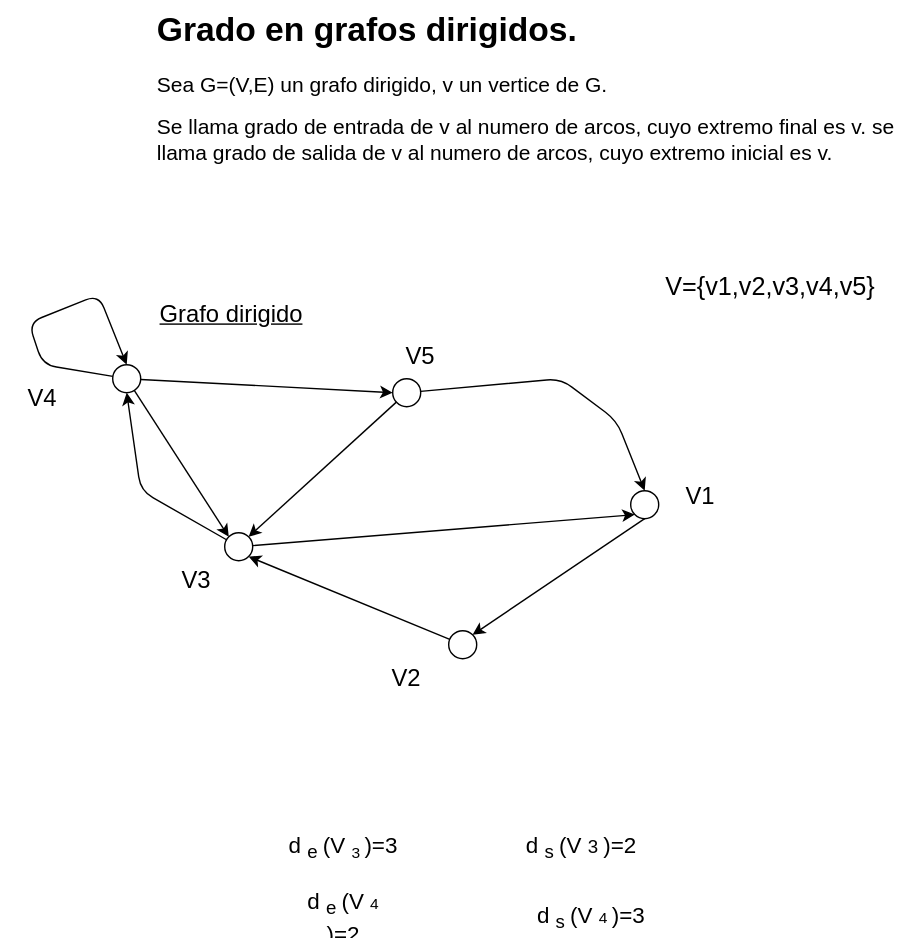
Nordcode-cyber/Algoritmos-Estructdatos keeps this draw.io diagram as Estructura-de-datos/Grafos/Grado-Grafo-dir.drawio.svg. Above is the earlier version. Source tidied: cells renumbered, new cells last; positions are measured from the earlier drawing's top-left corner, leaving out a move shared by most shapes.
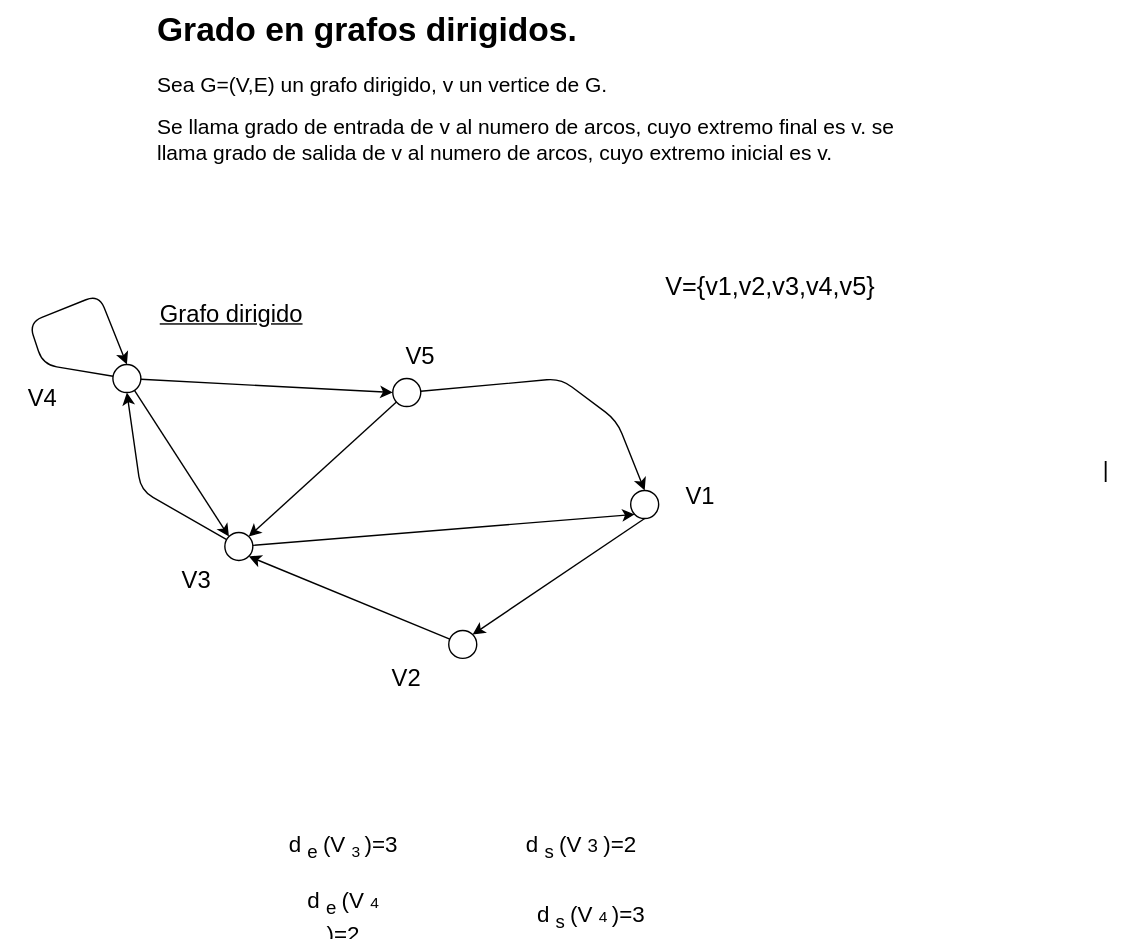
After the change.

Diff of the diagram source:
```diff
@@ -95,5 +95,8 @@
     <mxCell id="27" value="&lt;font style=&quot;font-size: 16px; color: light-dark(rgb(0, 0, 0), rgb(255, 0, 0));&quot;&gt;d&lt;sub&gt;s&lt;/sub&gt;(V&lt;/font&gt;&lt;font style=&quot;font-size: 11.1111px;&quot;&gt;4&lt;/font&gt;&lt;font style=&quot;&quot;&gt;&lt;span style=&quot;font-size: 16px;&quot;&gt;&lt;font style=&quot;color: light-dark(rgb(0, 0, 0), rgb(255, 0, 0));&quot;&gt;)=3&lt;/font&gt;&lt;/span&gt;&lt;/font&gt;" style="text;html=1;align=center;verticalAlign=middle;whiteSpace=wrap;rounded=0;" parent="1" vertex="1">
       <mxGeometry x="364" y="640" width="116" height="30" as="geometry" />
     </mxCell>
+    <mxCell id="28" value="&lt;font style=&quot;font-size: 16px; color: light-dark(rgb(0, 0, 0), rgb(255, 51, 51));&quot;&gt;|&lt;/font&gt;" style="text;html=1;whiteSpace=wrap;strokeColor=none;fillColor=none;align=center;verticalAlign=middle;rounded=0;" parent="1" vertex="1">
+      <mxGeometry x="760" y="320" width="60" height="30" as="geometry" />
+    </mxCell>
   </root>
 </mxGraphModel>
```
